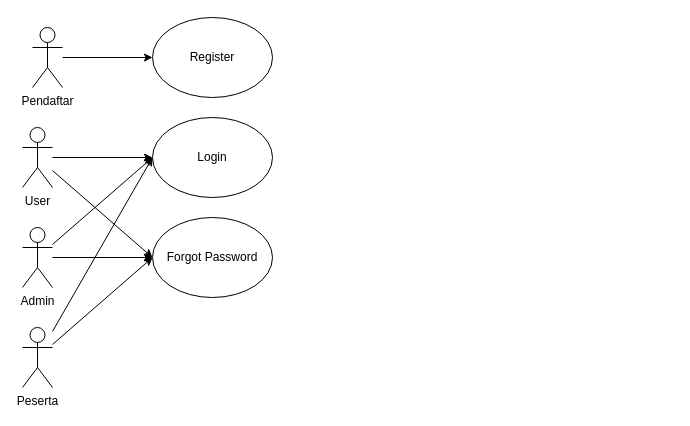
Before: usecase.drawio in xxfizlmi/sekolah, a draw.io diagram. Source tidied: cells renumbered, new cells numbered last; positions are measured from the earlier drawing's top-left corner, leaving out a move shared by most shapes. Both pictures are drawn from the tidied source at 100%, with x=0, y=0 at pixel (22, 17).
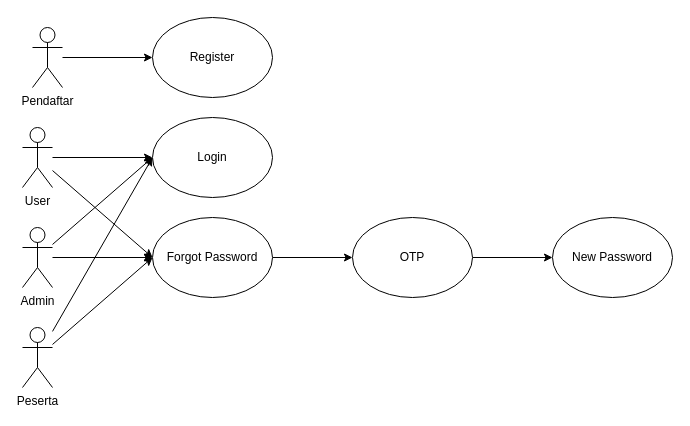
Above is the later version.

Change to the diagram source:
```diff
@@
 <mxGraphModel>
   <root>
     <mxCell id="0" />
     <mxCell id="1" parent="0" />
     <mxCell id="2" style="edgeStyle=none;html=1;entryX=0;entryY=0.5;entryDx=0;entryDy=0;" parent="1" edge="1" source="4" target="5">
       <mxGeometry relative="1" as="geometry" />
     </mxCell>
     <mxCell id="3" style="edgeStyle=none;html=1;entryX=0;entryY=0.5;entryDx=0;entryDy=0;" parent="1" edge="1" source="4" target="7">
       <mxGeometry relative="1" as="geometry" />
     </mxCell>
     <mxCell id="4" value="User" style="shape=umlActor;verticalLabelPosition=bottom;verticalAlign=top;html=1;outlineConnect=0;" parent="1" vertex="1">
       <mxGeometry y="110" width="30" height="60" as="geometry" />
     </mxCell>
     <mxCell id="5" value="Login" style="ellipse;whiteSpace=wrap;html=1;" parent="1" vertex="1">
       <mxGeometry x="130" y="100" width="120" height="80" as="geometry" />
     </mxCell>
     <mxCell id="6" value="Register" style="ellipse;whiteSpace=wrap;html=1;" parent="1" vertex="1">
       <mxGeometry x="130" width="120" height="80" as="geometry" />
     </mxCell>
+    <mxCell id="16" style="edgeStyle=none;html=1;" parent="1" edge="1" source="7" target="18">
+      <mxGeometry relative="1" as="geometry" />
+    </mxCell>
     <mxCell id="7" value="Forgot Password" style="ellipse;whiteSpace=wrap;html=1;" parent="1" vertex="1">
       <mxGeometry x="130" y="200" width="120" height="80" as="geometry" />
     </mxCell>
     <mxCell id="8" style="edgeStyle=none;html=1;entryX=0;entryY=0.5;entryDx=0;entryDy=0;" parent="1" edge="1" source="9" target="6">
       <mxGeometry relative="1" as="geometry" />
     </mxCell>
     <mxCell id="9" value="Pendaftar" style="shape=umlActor;verticalLabelPosition=bottom;verticalAlign=top;html=1;outlineConnect=0;" parent="1" vertex="1">
       <mxGeometry x="10" y="10" width="30" height="60" as="geometry" />
     </mxCell>
     <mxCell id="10" style="edgeStyle=none;html=1;entryX=0;entryY=0.5;entryDx=0;entryDy=0;" parent="1" edge="1" source="12" target="5">
       <mxGeometry relative="1" as="geometry" />
     </mxCell>
     <mxCell id="11" style="edgeStyle=none;html=1;entryX=0;entryY=0.5;entryDx=0;entryDy=0;" parent="1" edge="1" source="12" target="7">
       <mxGeometry relative="1" as="geometry" />
     </mxCell>
     <mxCell id="12" value="Admin" style="shape=umlActor;verticalLabelPosition=bottom;verticalAlign=top;html=1;outlineConnect=0;" parent="1" vertex="1">
       <mxGeometry y="210" width="30" height="60" as="geometry" />
     </mxCell>
     <mxCell id="13" style="edgeStyle=none;html=1;entryX=0;entryY=0.5;entryDx=0;entryDy=0;" parent="1" edge="1" source="15" target="5">
       <mxGeometry relative="1" as="geometry" />
     </mxCell>
     <mxCell id="14" style="edgeStyle=none;html=1;entryX=0;entryY=0.5;entryDx=0;entryDy=0;" parent="1" edge="1" source="15" target="7">
       <mxGeometry relative="1" as="geometry" />
     </mxCell>
     <mxCell id="15" value="Peserta" style="shape=umlActor;verticalLabelPosition=bottom;verticalAlign=top;html=1;outlineConnect=0;" parent="1" vertex="1">
       <mxGeometry y="310" width="30" height="60" as="geometry" />
     </mxCell>
+    <mxCell id="17" style="edgeStyle=none;html=1;" parent="1" edge="1" source="18" target="19">
+      <mxGeometry relative="1" as="geometry" />
+    </mxCell>
+    <mxCell id="18" value="OTP" style="ellipse;whiteSpace=wrap;html=1;" parent="1" vertex="1">
+      <mxGeometry x="330" y="200" width="120" height="80" as="geometry" />
+    </mxCell>
+    <mxCell id="19" value="New Password" style="ellipse;whiteSpace=wrap;html=1;" parent="1" vertex="1">
+      <mxGeometry x="530" y="200" width="120" height="80" as="geometry" />
+    </mxCell>
   </root>
 </mxGraphModel>
```
